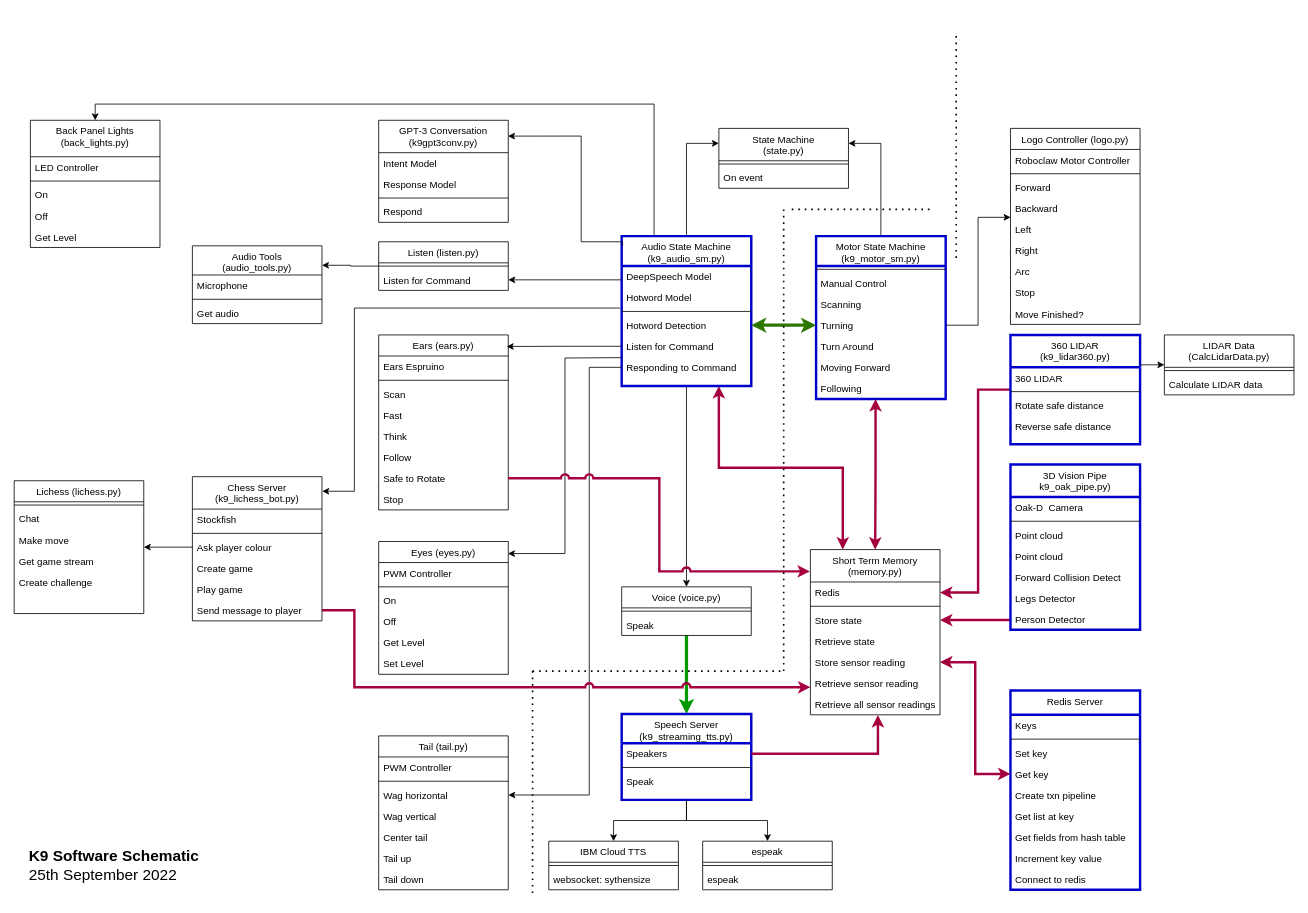
Before: K9 class diagram.drawio in hopkira/k9, a draw.io diagram. Source tidied: cells renumbered, new cells numbered last; positions are measured from the earlier drawing's top-left corner, leaving out a move shared by most shapes. Both pictures are drawn from the tidied source at 81%, with x=0, y=0 at pixel (14, 31).
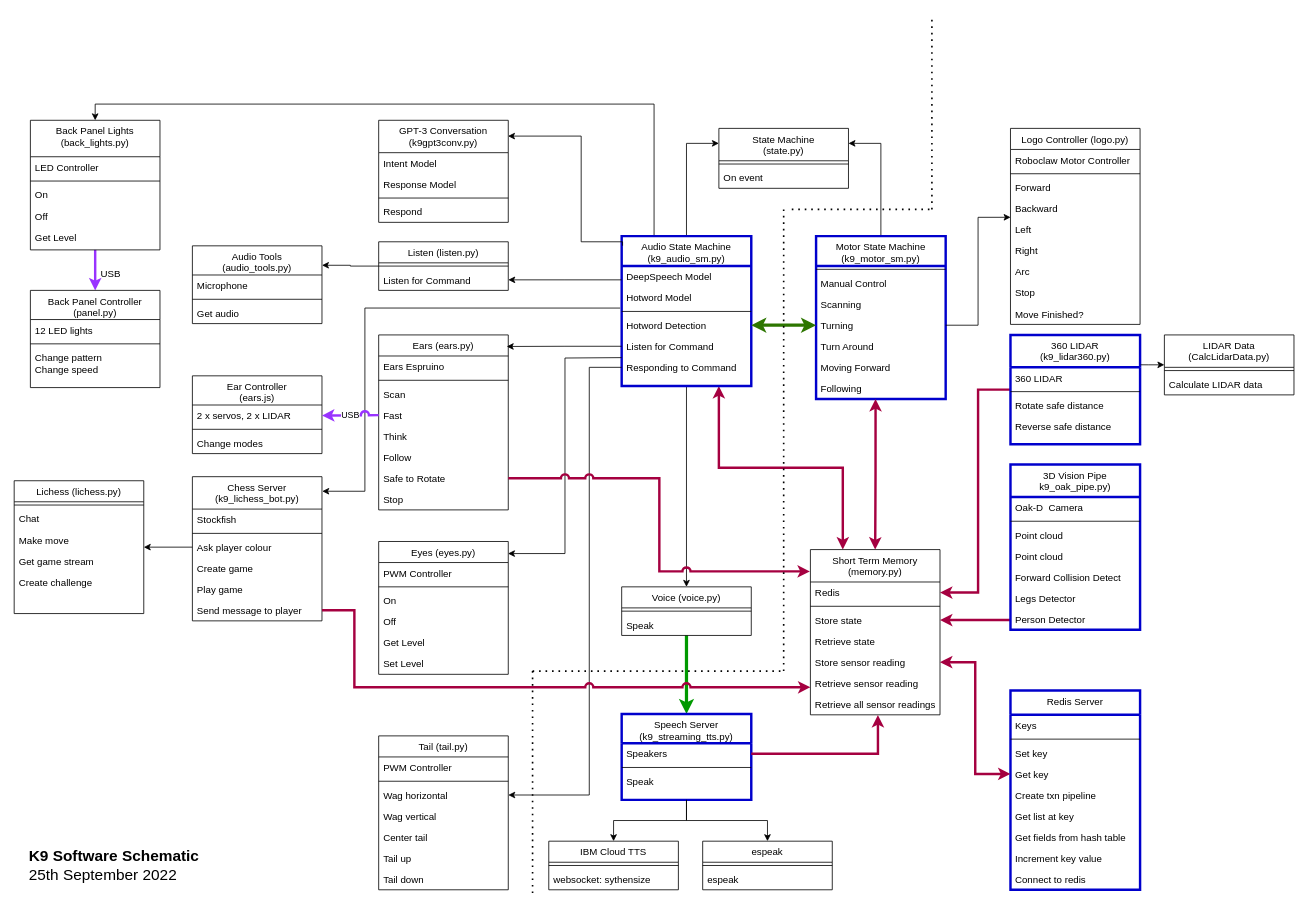
The same diagram, later.

The change refers to these unchanged cells:
```xml
<mxCell id="8" value="Hotword Model" style="text;align=left;verticalAlign=top;spacingLeft=4;spacingRight=4;overflow=hidden;points=[[0,0.5],[1,0.5]];portConstraint=eastwest;rounded=0;shadow=0;html=0;" parent="6" vertex="1">
  <mxGeometry y="63" width="160" height="26" as="geometry" />
</mxCell>
<mxCell id="40" value="Fast" style="text;align=left;verticalAlign=top;spacingLeft=4;spacingRight=4;overflow=hidden;points=[[0,0.5],[1,0.5]];portConstraint=eastwest;" parent="36" vertex="1">
  <mxGeometry y="86" width="160" height="26" as="geometry" />
</mxCell>
<mxCell id="65" value="Chess Server&#10;(k9_lichess_bot.py)" style="swimlane;fontStyle=0;align=center;verticalAlign=top;horizontal=1;startSize=40;rounded=0;shadow=0;strokeWidth=1;" parent="1" vertex="1">
  <mxGeometry x="220" y="550" width="160" height="178" as="geometry" />
</mxCell>
```

Change to the diagram source:
```diff
@@
+    <mxCell id="164" style="edgeStyle=orthogonalEdgeStyle;rounded=0;jettySize=auto;html=1;entryX=0.5;entryY=0;entryDx=0;entryDy=0;strokeWidth=3;strokeColor=#9933FF;" parent="1" edge="1" source="92" target="165">
+      <mxGeometry relative="1" as="geometry" />
+    </mxCell>
     <mxCell id="92" value="Back Panel Lights&#10;(back_lights.py)" style="swimlane;fontStyle=0;align=center;verticalAlign=top;horizontal=1;startSize=45;rounded=0;shadow=0;strokeWidth=1;" parent="1" vertex="1">
-      <mxGeometry x="20" y="110" width="160" height="157" as="geometry" />
+      <mxGeometry x="20" y="110" width="160" height="160" as="geometry" />
     </mxCell>
@@
     <mxCell id="124" style="edgeStyle=orthogonalEdgeStyle;rounded=0;jettySize=auto;html=1;entryX=1.002;entryY=0.101;entryDx=0;entryDy=0;entryPerimeter=0;exitX=-0.012;exitY=0.994;exitDx=0;exitDy=0;exitPerimeter=0;" parent="1" edge="1" source="8" target="65">
       <mxGeometry relative="1" as="geometry">
         <Array as="points">
-          <mxPoint x="420" y="342" />
-          <mxPoint x="420" y="568" />
+          <mxPoint x="433" y="342" />
+          <mxPoint x="433" y="568" />
         </Array>
       </mxGeometry>
     </mxCell>
@@
     <mxCell id="158" style="endArrow=none;dashed=1;html=1;dashPattern=1 3;strokeWidth=2;rounded=0;" parent="1" edge="1">
       <mxGeometry relative="1" as="geometry">
-        <mxPoint x="1163" y="280" as="sourcePoint" />
-        <mxPoint x="1163" as="targetPoint" />
+        <mxPoint x="1133" y="220" as="sourcePoint" />
+        <mxPoint x="1133" y="-20" as="targetPoint" />
       </mxGeometry>
     </mxCell>
@@
+    <mxCell id="165" value="Back Panel Controller&#10;(panel.py)" style="swimlane;fontStyle=0;align=center;verticalAlign=top;horizontal=1;startSize=36;rounded=0;shadow=0;strokeWidth=1;" parent="1" vertex="1">
+      <mxGeometry x="20" y="320" width="160" height="120" as="geometry" />
+    </mxCell>
+    <mxCell id="166" value="12 LED lights" style="text;align=left;verticalAlign=top;spacingLeft=4;spacingRight=4;overflow=hidden;rounded=0;shadow=0;html=0;" parent="165" vertex="1">
+      <mxGeometry y="36" width="160" height="26" as="geometry" />
+    </mxCell>
+    <mxCell id="167" style="line;html=1;strokeWidth=1;align=left;verticalAlign=middle;spacingTop=-1;spacingLeft=3;spacingRight=3;labelPosition=right;" parent="165" vertex="1">
+      <mxGeometry y="62" width="160" height="8" as="geometry" />
+    </mxCell>
+    <mxCell id="168" value="Change pattern&#10;Change speed" style="text;align=left;verticalAlign=top;spacingLeft=4;spacingRight=4;overflow=hidden;" parent="165" vertex="1">
+      <mxGeometry y="70" width="160" height="50" as="geometry" />
+    </mxCell>
+    <mxCell id="169" value="USB" style="text;html=1;align=center;verticalAlign=middle;strokeColor=none;fillColor=none;" parent="1" vertex="1">
+      <mxGeometry x="94" y="285" width="50" height="30" as="geometry" />
+    </mxCell>
+    <mxCell id="170" value="Ear Controller&#10;(ears.js)" style="swimlane;fontStyle=0;align=center;verticalAlign=top;horizontal=1;startSize=36;rounded=0;shadow=0;strokeWidth=1;" parent="1" vertex="1">
+      <mxGeometry x="220" y="425.5" width="160" height="96" as="geometry" />
+    </mxCell>
+    <mxCell id="171" value="2 x servos, 2 x LIDAR" style="text;align=left;verticalAlign=top;spacingLeft=4;spacingRight=4;overflow=hidden;points=[[0,0.5],[1,0.5]];portConstraint=eastwest;rounded=0;shadow=0;html=0;" parent="170" vertex="1">
+      <mxGeometry y="36" width="160" height="26" as="geometry" />
+    </mxCell>
+    <mxCell id="172" style="line;html=1;strokeWidth=1;align=left;verticalAlign=middle;spacingTop=-1;spacingLeft=3;spacingRight=3;labelPosition=right;" parent="170" vertex="1">
+      <mxGeometry y="62" width="160" height="8" as="geometry" />
+    </mxCell>
+    <mxCell id="173" value="Change modes" style="text;align=left;verticalAlign=top;spacingLeft=4;spacingRight=4;overflow=hidden;" parent="170" vertex="1">
+      <mxGeometry y="70" width="160" height="26" as="geometry" />
+    </mxCell>
+    <mxCell id="174" value="USB" style="edgeStyle=orthogonalEdgeStyle;rounded=0;jettySize=auto;html=1;entryX=1;entryY=0.5;entryDx=0;entryDy=0;strokeColor=#9933FF;strokeWidth=3;jumpStyle=arc;" parent="1" edge="1" source="40" target="171">
+      <mxGeometry relative="1" as="geometry" />
+    </mxCell>
```
